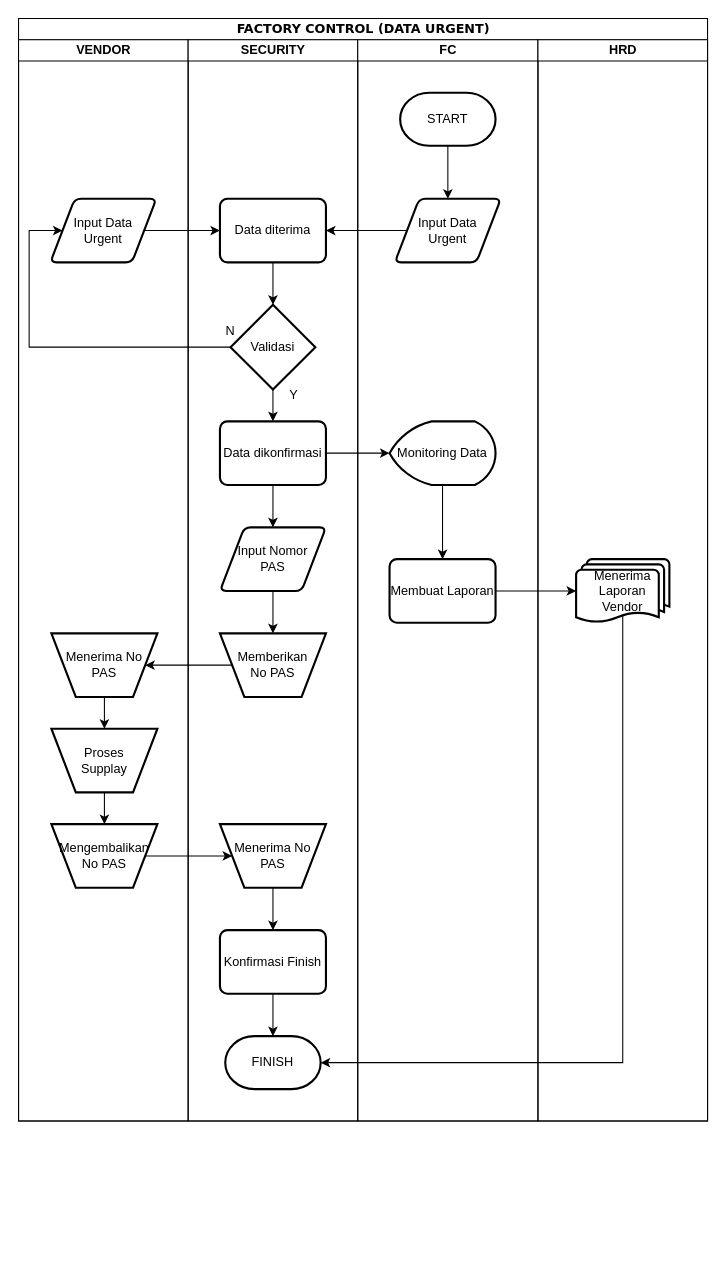
userunkn0w/flowchart keeps this draw.io diagram as page "Page-2" (2 of 4) of KELGACHA.drawio. Above is the earlier version. Source tidied: cells renumbered, new cells numbered last; positions are measured from the earlier drawing's top-left corner, leaving out a move shared by most shapes. Both pictures are drawn from the tidied source at 106%, with x=0, y=0 at pixel (18, 18).
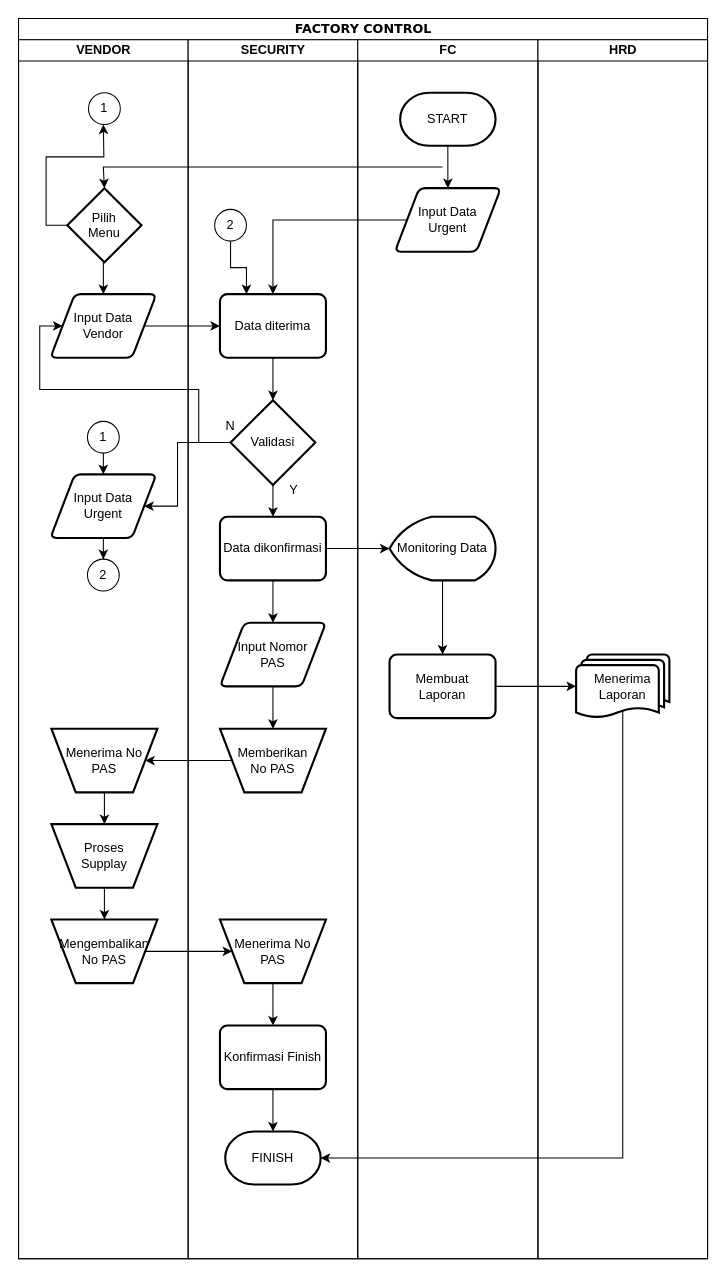
After the change.

What changed in the source:
```diff
@@
-    <mxCell id="2" value="&lt;font style=&quot;font-size: 12px&quot;&gt;FACTORY CONTROL (DATA URGENT)&lt;/font&gt;" style="swimlane;html=1;startSize=20;rounded=0;shadow=0;labelBackgroundColor=none;strokeWidth=1;fontFamily=Verdana;fontSize=8;align=center;" parent="1" vertex="1">
-      <mxGeometry width="650" height="1040" as="geometry" />
+    <mxCell id="2" value="&lt;font style=&quot;font-size: 12px&quot;&gt;FACTORY CONTROL&lt;/font&gt;" style="swimlane;html=1;startSize=20;rounded=0;shadow=0;labelBackgroundColor=none;strokeWidth=1;fontFamily=Verdana;fontSize=8;align=center;" parent="1" vertex="1">
+      <mxGeometry width="650" height="1170" as="geometry" />
     </mxCell>
     <mxCell id="3" value="VENDOR" style="swimlane;html=1;startSize=20;" parent="2" vertex="1">
-      <mxGeometry y="20" width="160" height="1020" as="geometry" />
+      <mxGeometry y="20" width="160" height="1150" as="geometry" />
     </mxCell>
-    <mxCell id="4" value="Input Data&lt;br&gt;Urgent" style="shape=parallelogram;html=1;strokeWidth=2;perimeter=parallelogramPerimeter;whiteSpace=wrap;rounded=1;arcSize=12;size=0.23;" parent="3" vertex="1">
-      <mxGeometry x="30" y="150" width="100" height="60" as="geometry" />
+    <mxCell id="4" value="Input Data&lt;br&gt;Vendor" style="shape=parallelogram;html=1;strokeWidth=2;perimeter=parallelogramPerimeter;whiteSpace=wrap;rounded=1;arcSize=12;size=0.23;" parent="3" vertex="1">
+      <mxGeometry x="30" y="240" width="100" height="60" as="geometry" />
     </mxCell>
@@
     <mxCell id="6" value="Menerima No&lt;br&gt;PAS" style="verticalLabelPosition=middle;verticalAlign=middle;html=1;shape=trapezoid;perimeter=trapezoidPerimeter;whiteSpace=wrap;size=0.23;arcSize=10;flipV=1;labelPosition=center;align=center;strokeWidth=2;" parent="3" vertex="1">
-      <mxGeometry x="31" y="560" width="100" height="60" as="geometry" />
+      <mxGeometry x="31" y="650" width="100" height="60" as="geometry" />
     </mxCell>
@@
     <mxCell id="8" value="Proses&lt;br&gt;Supplay" style="verticalLabelPosition=middle;verticalAlign=middle;html=1;shape=trapezoid;perimeter=trapezoidPerimeter;whiteSpace=wrap;size=0.23;arcSize=10;flipV=1;labelPosition=center;align=center;strokeWidth=2;" parent="3" vertex="1">
-      <mxGeometry x="31" y="650" width="100" height="60" as="geometry" />
+      <mxGeometry x="31" y="740" width="100" height="60" as="geometry" />
     </mxCell>
     <mxCell id="9" value="Mengembalikan&lt;br&gt;No PAS" style="verticalLabelPosition=middle;verticalAlign=middle;html=1;shape=trapezoid;perimeter=trapezoidPerimeter;whiteSpace=wrap;size=0.23;arcSize=10;flipV=1;labelPosition=center;align=center;strokeWidth=2;" parent="3" vertex="1">
-      <mxGeometry x="31" y="740" width="100" height="60" as="geometry" />
+      <mxGeometry x="31" y="830" width="100" height="60" as="geometry" />
     </mxCell>
+    <mxCell id="44" style="edgeStyle=orthogonalEdgeStyle;rounded=0;jettySize=auto;html=1;exitX=0.5;exitY=1;exitDx=0;exitDy=0;exitPerimeter=0;entryX=0.5;entryY=0;entryDx=0;entryDy=0;" parent="3" edge="1" source="45" target="4">
+      <mxGeometry relative="1" as="geometry" />
+    </mxCell>
+    <mxCell id="45" value="Pilih&lt;br&gt;Menu" style="strokeWidth=2;html=1;shape=mxgraph.flowchart.decision;whiteSpace=wrap;" parent="3" vertex="1">
+      <mxGeometry x="46" y="140" width="70" height="70" as="geometry" />
+    </mxCell>
+    <mxCell id="46" style="edgeStyle=orthogonalEdgeStyle;rounded=0;jettySize=auto;html=1;exitX=0.5;exitY=1;exitDx=0;exitDy=0;" parent="3" edge="1" source="47" target="51">
+      <mxGeometry relative="1" as="geometry" />
+    </mxCell>
+    <mxCell id="47" value="Input Data&lt;br&gt;Urgent" style="shape=parallelogram;html=1;strokeWidth=2;perimeter=parallelogramPerimeter;whiteSpace=wrap;rounded=1;arcSize=12;size=0.23;" parent="3" vertex="1">
+      <mxGeometry x="30" y="410" width="100" height="60" as="geometry" />
+    </mxCell>
+    <mxCell id="48" value="1" style="ellipse;whiteSpace=wrap;html=1;" parent="3" vertex="1">
+      <mxGeometry x="66" y="50" width="30" height="30" as="geometry" />
+    </mxCell>
+    <mxCell id="49" style="edgeStyle=orthogonalEdgeStyle;rounded=0;jettySize=auto;html=1;exitX=0.5;exitY=1;exitDx=0;exitDy=0;entryX=0.5;entryY=0;entryDx=0;entryDy=0;" parent="3" edge="1" source="50" target="47">
+      <mxGeometry relative="1" as="geometry" />
+    </mxCell>
+    <mxCell id="50" value="1" style="ellipse;whiteSpace=wrap;html=1;" parent="3" vertex="1">
+      <mxGeometry x="65" y="360" width="30" height="30" as="geometry" />
+    </mxCell>
+    <mxCell id="51" value="2" style="ellipse;whiteSpace=wrap;html=1;" parent="3" vertex="1">
+      <mxGeometry x="65" y="490" width="30" height="30" as="geometry" />
+    </mxCell>
     <mxCell id="10" value="SECURITY" style="swimlane;html=1;startSize=20;" parent="2" vertex="1">
-      <mxGeometry x="160" y="20" width="160" height="1020" as="geometry" />
+      <mxGeometry x="160" y="20" width="160" height="1150" as="geometry" />
     </mxCell>
@@
     <mxCell id="12" value="Data dikonfirmasi" style="rounded=1;whiteSpace=wrap;html=1;absoluteArcSize=1;arcSize=14;strokeWidth=2;" parent="10" vertex="1">
-      <mxGeometry x="30" y="360" width="100" height="60" as="geometry" />
+      <mxGeometry x="30" y="450" width="100" height="60" as="geometry" />
     </mxCell>
@@
     <mxCell id="14" value="Input Nomor&lt;br&gt;PAS" style="shape=parallelogram;html=1;strokeWidth=2;perimeter=parallelogramPerimeter;whiteSpace=wrap;rounded=1;arcSize=12;size=0.23;" parent="10" vertex="1">
-      <mxGeometry x="30" y="460" width="100" height="60" as="geometry" />
+      <mxGeometry x="30" y="550" width="100" height="60" as="geometry" />
     </mxCell>
     <mxCell id="15" value="Memberikan&lt;br&gt;No PAS" style="verticalLabelPosition=middle;verticalAlign=middle;html=1;shape=trapezoid;perimeter=trapezoidPerimeter;whiteSpace=wrap;size=0.23;arcSize=10;flipV=1;labelPosition=center;align=center;strokeWidth=2;" parent="10" vertex="1">
-      <mxGeometry x="30" y="560" width="100" height="60" as="geometry" />
+      <mxGeometry x="30" y="650" width="100" height="60" as="geometry" />
     </mxCell>
     <mxCell id="16" value="Validasi" style="strokeWidth=2;html=1;shape=mxgraph.flowchart.decision;whiteSpace=wrap;" parent="10" vertex="1">
-      <mxGeometry x="40" y="250" width="80" height="80" as="geometry" />
+      <mxGeometry x="40" y="340" width="80" height="80" as="geometry" />
     </mxCell>
@@
     <mxCell id="18" value="Y" style="text;html=1;strokeColor=none;fillColor=none;align=center;verticalAlign=middle;whiteSpace=wrap;rounded=0;" parent="10" vertex="1">
-      <mxGeometry x="70" y="320" width="60" height="30" as="geometry" />
+      <mxGeometry x="70" y="410" width="60" height="30" as="geometry" />
     </mxCell>
     <mxCell id="19" value="N" style="text;html=1;strokeColor=none;fillColor=none;align=center;verticalAlign=middle;whiteSpace=wrap;rounded=0;" parent="10" vertex="1">
-      <mxGeometry x="10" y="260" width="60" height="30" as="geometry" />
+      <mxGeometry x="10" y="350" width="60" height="30" as="geometry" />
     </mxCell>
     <mxCell id="20" value="Data diterima" style="rounded=1;whiteSpace=wrap;html=1;absoluteArcSize=1;arcSize=14;strokeWidth=2;" parent="10" vertex="1">
-      <mxGeometry x="30" y="150" width="100" height="60" as="geometry" />
+      <mxGeometry x="30" y="240" width="100" height="60" as="geometry" />
     </mxCell>
@@
     <mxCell id="23" value="Menerima No&lt;br&gt;PAS" style="verticalLabelPosition=middle;verticalAlign=middle;html=1;shape=trapezoid;perimeter=trapezoidPerimeter;whiteSpace=wrap;size=0.23;arcSize=10;flipV=1;labelPosition=center;align=center;strokeWidth=2;" parent="10" vertex="1">
-      <mxGeometry x="30" y="740" width="100" height="60" as="geometry" />
+      <mxGeometry x="30" y="830" width="100" height="60" as="geometry" />
     </mxCell>
@@
     <mxCell id="25" value="Konfirmasi Finish" style="rounded=1;whiteSpace=wrap;html=1;absoluteArcSize=1;arcSize=14;strokeWidth=2;" parent="10" vertex="1">
-      <mxGeometry x="30" y="840" width="100" height="60" as="geometry" />
+      <mxGeometry x="30" y="930" width="100" height="60" as="geometry" />
     </mxCell>
     <mxCell id="26" value="FINISH" style="strokeWidth=2;html=1;shape=mxgraph.flowchart.terminator;whiteSpace=wrap;" parent="10" vertex="1">
-      <mxGeometry x="35" y="940" width="90" height="50" as="geometry" />
+      <mxGeometry x="35" y="1030" width="90" height="50" as="geometry" />
     </mxCell>
+    <mxCell id="52" style="edgeStyle=orthogonalEdgeStyle;rounded=0;jettySize=auto;html=1;exitX=0.5;exitY=1;exitDx=0;exitDy=0;entryX=0.25;entryY=0;entryDx=0;entryDy=0;" parent="10" edge="1" source="53" target="20">
+      <mxGeometry relative="1" as="geometry" />
+    </mxCell>
+    <mxCell id="53" value="2" style="ellipse;whiteSpace=wrap;html=1;" parent="10" vertex="1">
+      <mxGeometry x="25" y="160" width="30" height="30" as="geometry" />
+    </mxCell>
+    <mxCell id="36" style="edgeStyle=orthogonalEdgeStyle;rounded=0;jettySize=auto;html=1;" parent="2" edge="1" source="15" target="6">
+      <mxGeometry relative="1" as="geometry" />
+    </mxCell>
+    <mxCell id="37" style="edgeStyle=orthogonalEdgeStyle;rounded=0;jettySize=auto;html=1;" parent="2" edge="1" source="12" target="30">
+      <mxGeometry relative="1" as="geometry" />
+    </mxCell>
+    <mxCell id="38" style="edgeStyle=orthogonalEdgeStyle;rounded=0;jettySize=auto;html=1;fontSize=12;" parent="2" edge="1" source="28" target="35">
+      <mxGeometry relative="1" as="geometry" />
+    </mxCell>
+    <mxCell id="40" style="edgeStyle=orthogonalEdgeStyle;rounded=0;jettySize=auto;html=1;fontSize=12;" parent="2" edge="1" source="33" target="20">
+      <mxGeometry relative="1" as="geometry" />
+    </mxCell>
+    <mxCell id="41" style="edgeStyle=orthogonalEdgeStyle;rounded=0;jettySize=auto;html=1;fontSize=12;" parent="2" edge="1" source="4" target="20">
+      <mxGeometry relative="1" as="geometry" />
+    </mxCell>
+    <mxCell id="42" style="edgeStyle=orthogonalEdgeStyle;rounded=0;jettySize=auto;html=1;fontSize=12;" parent="2" edge="1" source="9" target="23">
+      <mxGeometry relative="1" as="geometry" />
+    </mxCell>
+    <mxCell id="43" style="edgeStyle=orthogonalEdgeStyle;rounded=0;jettySize=auto;html=1;exitX=0.5;exitY=0.88;exitDx=0;exitDy=0;exitPerimeter=0;entryX=1;entryY=0.5;entryDx=0;entryDy=0;entryPerimeter=0;fontSize=12;" parent="2" edge="1" source="35" target="26">
+      <mxGeometry relative="1" as="geometry">
+        <Array as="points">
+          <mxPoint x="570" y="1075" />
+        </Array>
+      </mxGeometry>
+    </mxCell>
     <mxCell id="27" value="FC" style="swimlane;html=1;startSize=20;" parent="2" vertex="1">
-      <mxGeometry x="320" y="20" width="170" height="1020" as="geometry" />
+      <mxGeometry x="320" y="20" width="170" height="1150" as="geometry" />
     </mxCell>
-    <mxCell id="28" value="Membuat Laporan" style="rounded=1;whiteSpace=wrap;html=1;absoluteArcSize=1;arcSize=14;strokeWidth=2;" parent="27" vertex="1">
-      <mxGeometry x="30" y="490" width="100" height="60" as="geometry" />
+    <mxCell id="28" value="Membuat&lt;br&gt;Laporan" style="rounded=1;whiteSpace=wrap;html=1;absoluteArcSize=1;arcSize=14;strokeWidth=2;" parent="27" vertex="1">
+      <mxGeometry x="30" y="580" width="100" height="60" as="geometry" />
     </mxCell>
@@
     <mxCell id="30" value="Monitoring Data" style="strokeWidth=2;html=1;shape=mxgraph.flowchart.display;whiteSpace=wrap;" parent="27" vertex="1">
-      <mxGeometry x="30" y="360" width="100" height="60" as="geometry" />
+      <mxGeometry x="30" y="450" width="100" height="60" as="geometry" />
     </mxCell>
@@
     <mxCell id="33" value="Input Data&lt;br&gt;Urgent" style="shape=parallelogram;html=1;strokeWidth=2;perimeter=parallelogramPerimeter;whiteSpace=wrap;rounded=1;arcSize=12;size=0.23;" parent="27" vertex="1">
-      <mxGeometry x="35" y="150" width="100" height="60" as="geometry" />
+      <mxGeometry x="35" y="140" width="100" height="60" as="geometry" />
     </mxCell>
     <mxCell id="34" value="HRD" style="swimlane;html=1;startSize=20;" parent="2" vertex="1">
-      <mxGeometry x="490" y="20" width="160" height="1020" as="geometry" />
+      <mxGeometry x="490" y="20" width="160" height="1150" as="geometry" />
     </mxCell>
-    <mxCell id="35" value="&lt;span&gt;Menerima Laporan&lt;br&gt;Vendor&lt;/span&gt;" style="strokeWidth=2;html=1;shape=mxgraph.flowchart.multi-document;whiteSpace=wrap;fontSize=12;" parent="34" vertex="1">
-      <mxGeometry x="36" y="490" width="88" height="60" as="geometry" />
+    <mxCell id="35" value="&lt;span&gt;Menerima Laporan&lt;br&gt;&lt;/span&gt;" style="strokeWidth=2;html=1;shape=mxgraph.flowchart.multi-document;whiteSpace=wrap;fontSize=12;" parent="34" vertex="1">
+      <mxGeometry x="36" y="580" width="88" height="60" as="geometry" />
     </mxCell>
-    <mxCell id="36" style="edgeStyle=orthogonalEdgeStyle;rounded=0;jettySize=auto;html=1;" parent="2" edge="1" source="15" target="6">
-      <mxGeometry relative="1" as="geometry" />
-    </mxCell>
-    <mxCell id="37" style="edgeStyle=orthogonalEdgeStyle;rounded=0;jettySize=auto;html=1;" parent="2" edge="1" source="12" target="30">
-      <mxGeometry relative="1" as="geometry" />
-    </mxCell>
-    <mxCell id="38" style="edgeStyle=orthogonalEdgeStyle;rounded=0;jettySize=auto;html=1;fontSize=12;" parent="2" edge="1" source="28" target="35">
-      <mxGeometry relative="1" as="geometry" />
-    </mxCell>
-    <mxCell id="39" style="edgeStyle=orthogonalEdgeStyle;rounded=0;jettySize=auto;html=1;exitX=0;exitY=0.5;exitDx=0;exitDy=0;exitPerimeter=0;entryX=0;entryY=0.5;entryDx=0;entryDy=0;fontSize=12;" parent="2" edge="1" source="16" target="4">
-      <mxGeometry relative="1" as="geometry">
-        <Array as="points">
-          <mxPoint x="10" y="310" />
-          <mxPoint x="10" y="200" />
-        </Array>
-      </mxGeometry>
-    </mxCell>
-    <mxCell id="40" style="edgeStyle=orthogonalEdgeStyle;rounded=0;jettySize=auto;html=1;fontSize=12;" parent="2" edge="1" source="33" target="20">
-      <mxGeometry relative="1" as="geometry" />
-    </mxCell>
-    <mxCell id="41" style="edgeStyle=orthogonalEdgeStyle;rounded=0;jettySize=auto;html=1;fontSize=12;" parent="2" edge="1" source="4" target="20">
-      <mxGeometry relative="1" as="geometry" />
-    </mxCell>
-    <mxCell id="42" style="edgeStyle=orthogonalEdgeStyle;rounded=0;jettySize=auto;html=1;fontSize=12;" parent="2" edge="1" source="9" target="23">
-      <mxGeometry relative="1" as="geometry" />
-    </mxCell>
-    <mxCell id="43" style="edgeStyle=orthogonalEdgeStyle;rounded=0;jettySize=auto;html=1;exitX=0.5;exitY=0.88;exitDx=0;exitDy=0;exitPerimeter=0;entryX=1;entryY=0.5;entryDx=0;entryDy=0;entryPerimeter=0;fontSize=12;" parent="2" edge="1" source="35" target="26">
-      <mxGeometry relative="1" as="geometry">
-        <Array as="points">
-          <mxPoint x="570" y="985" />
-        </Array>
-      </mxGeometry>
-    </mxCell>
+    <mxCell id="54" style="edgeStyle=orthogonalEdgeStyle;rounded=0;jettySize=auto;html=1;exitX=0.5;exitY=1;exitDx=0;exitDy=0;entryX=0;entryY=0.5;entryDx=0;entryDy=0;" parent="2" edge="1" source="19" target="4">
+      <mxGeometry relative="1" as="geometry">
+        <Array as="points">
+          <mxPoint x="170" y="400" />
+          <mxPoint x="170" y="350" />
+          <mxPoint x="20" y="350" />
+          <mxPoint x="20" y="290" />
+        </Array>
+      </mxGeometry>
+    </mxCell>
+    <mxCell id="55" style="edgeStyle=orthogonalEdgeStyle;rounded=0;jettySize=auto;html=1;exitX=0.5;exitY=1;exitDx=0;exitDy=0;entryX=1;entryY=0.5;entryDx=0;entryDy=0;" parent="2" edge="1" source="19" target="47">
+      <mxGeometry relative="1" as="geometry">
+        <Array as="points">
+          <mxPoint x="150" y="400" />
+          <mxPoint x="150" y="460" />
+        </Array>
+      </mxGeometry>
+    </mxCell>
+    <mxCell id="56" style="endArrow=classic;html=1;rounded=0;entryX=0.5;entryY=0;entryDx=0;entryDy=0;entryPerimeter=0;" parent="1" edge="1" target="45">
+      <mxGeometry relative="1" as="geometry">
+        <mxPoint x="400" y="140" as="sourcePoint" />
+        <Array as="points">
+          <mxPoint x="80" y="140" />
+        </Array>
+      </mxGeometry>
+    </mxCell>
+    <mxCell id="57" style="edgeStyle=orthogonalEdgeStyle;rounded=0;jettySize=auto;html=1;exitX=0;exitY=0.5;exitDx=0;exitDy=0;exitPerimeter=0;" parent="1" edge="1" source="45">
+      <mxGeometry relative="1" as="geometry">
+        <mxPoint x="80" y="100" as="targetPoint" />
+      </mxGeometry>
+    </mxCell>
```
